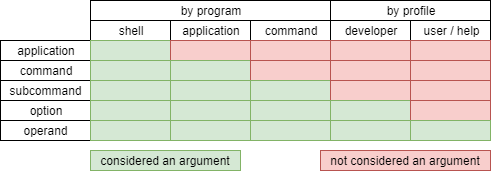
This is docs/diagrams/ArgumentPerspectives.png from bilal-fazlani/commanddotnet, a draw.io export, as it was before one commit. Source tidied: cells renumbered, new cells last; positions are measured from the earlier drawing's top-left corner, leaving out a move shared by most shapes. Its diagram source:
```xml
<mxGraphModel>
  <root>
    <mxCell id="0" />
    <mxCell id="1" parent="0" />
    <mxCell id="2" value="application" style="rounded=0;whiteSpace=wrap;html=1;" parent="1" vertex="1">
      <mxGeometry y="40" width="90" height="20" as="geometry" />
    </mxCell>
    <mxCell id="3" value="command" style="rounded=0;whiteSpace=wrap;html=1;" parent="1" vertex="1">
      <mxGeometry y="60" width="90" height="20" as="geometry" />
    </mxCell>
    <mxCell id="4" value="subcommand" style="rounded=0;whiteSpace=wrap;html=1;" parent="1" vertex="1">
      <mxGeometry y="80" width="90" height="20" as="geometry" />
    </mxCell>
    <mxCell id="5" value="option" style="rounded=0;whiteSpace=wrap;html=1;" parent="1" vertex="1">
      <mxGeometry y="100" width="90" height="20" as="geometry" />
    </mxCell>
    <mxCell id="6" value="operand" style="rounded=0;whiteSpace=wrap;html=1;" parent="1" vertex="1">
      <mxGeometry y="120" width="90" height="20" as="geometry" />
    </mxCell>
    <mxCell id="7" value="application" style="rounded=0;whiteSpace=wrap;html=1;" parent="1" vertex="1">
      <mxGeometry x="170" y="20" width="80" height="20" as="geometry" />
    </mxCell>
    <mxCell id="8" value="shell" style="rounded=0;whiteSpace=wrap;html=1;" parent="1" vertex="1">
      <mxGeometry x="90" y="20" width="80" height="20" as="geometry" />
    </mxCell>
    <mxCell id="9" value="command" style="rounded=0;whiteSpace=wrap;html=1;" parent="1" vertex="1">
      <mxGeometry x="250" y="20" width="80" height="20" as="geometry" />
    </mxCell>
    <mxCell id="10" value="developer" style="rounded=0;whiteSpace=wrap;html=1;" parent="1" vertex="1">
      <mxGeometry x="330" y="20" width="80" height="20" as="geometry" />
    </mxCell>
    <mxCell id="11" value="user / help" style="rounded=0;whiteSpace=wrap;html=1;" parent="1" vertex="1">
      <mxGeometry x="410" y="20" width="80" height="20" as="geometry" />
    </mxCell>
    <mxCell id="12" style="rounded=0;whiteSpace=wrap;html=1;fillColor=#d5e8d4;strokeColor=#82b366;" parent="1" vertex="1">
      <mxGeometry x="90" y="40" width="80" height="20" as="geometry" />
    </mxCell>
    <mxCell id="13" style="rounded=0;whiteSpace=wrap;html=1;fillColor=#d5e8d4;strokeColor=#82b366;" parent="1" vertex="1">
      <mxGeometry x="90" y="60" width="80" height="20" as="geometry" />
    </mxCell>
    <mxCell id="14" style="rounded=0;whiteSpace=wrap;html=1;fillColor=#d5e8d4;strokeColor=#82b366;" parent="1" vertex="1">
      <mxGeometry x="90" y="80" width="80" height="20" as="geometry" />
    </mxCell>
    <mxCell id="15" style="rounded=0;whiteSpace=wrap;html=1;fillColor=#d5e8d4;strokeColor=#82b366;" parent="1" vertex="1">
      <mxGeometry x="90" y="100" width="80" height="20" as="geometry" />
    </mxCell>
    <mxCell id="16" style="rounded=0;whiteSpace=wrap;html=1;fillColor=#d5e8d4;strokeColor=#82b366;" parent="1" vertex="1">
      <mxGeometry x="90" y="120" width="80" height="20" as="geometry" />
    </mxCell>
    <mxCell id="17" style="rounded=0;whiteSpace=wrap;html=1;fillColor=#f8cecc;strokeColor=#b85450;" parent="1" vertex="1">
      <mxGeometry x="170" y="40" width="80" height="20" as="geometry" />
    </mxCell>
    <mxCell id="18" style="rounded=0;whiteSpace=wrap;html=1;fillColor=#d5e8d4;strokeColor=#82b366;" parent="1" vertex="1">
      <mxGeometry x="170" y="60" width="80" height="20" as="geometry" />
    </mxCell>
    <mxCell id="19" style="rounded=0;whiteSpace=wrap;html=1;fillColor=#d5e8d4;strokeColor=#82b366;" parent="1" vertex="1">
      <mxGeometry x="170" y="80" width="80" height="20" as="geometry" />
    </mxCell>
    <mxCell id="20" style="rounded=0;whiteSpace=wrap;html=1;fillColor=#d5e8d4;strokeColor=#82b366;" parent="1" vertex="1">
      <mxGeometry x="170" y="100" width="80" height="20" as="geometry" />
    </mxCell>
    <mxCell id="21" style="rounded=0;whiteSpace=wrap;html=1;fillColor=#d5e8d4;strokeColor=#82b366;" parent="1" vertex="1">
      <mxGeometry x="170" y="120" width="80" height="20" as="geometry" />
    </mxCell>
    <mxCell id="22" style="rounded=0;whiteSpace=wrap;html=1;fillColor=#f8cecc;strokeColor=#b85450;" parent="1" vertex="1">
      <mxGeometry x="250" y="40" width="80" height="20" as="geometry" />
    </mxCell>
    <mxCell id="23" style="rounded=0;whiteSpace=wrap;html=1;fillColor=#f8cecc;strokeColor=#b85450;" parent="1" vertex="1">
      <mxGeometry x="250" y="60" width="80" height="20" as="geometry" />
    </mxCell>
    <mxCell id="24" style="rounded=0;whiteSpace=wrap;html=1;fillColor=#d5e8d4;strokeColor=#82b366;" parent="1" vertex="1">
      <mxGeometry x="250" y="80" width="80" height="20" as="geometry" />
    </mxCell>
    <mxCell id="25" style="rounded=0;whiteSpace=wrap;html=1;fillColor=#d5e8d4;strokeColor=#82b366;" parent="1" vertex="1">
      <mxGeometry x="250" y="100" width="80" height="20" as="geometry" />
    </mxCell>
    <mxCell id="26" style="rounded=0;whiteSpace=wrap;html=1;fillColor=#d5e8d4;strokeColor=#82b366;" parent="1" vertex="1">
      <mxGeometry x="250" y="120" width="80" height="20" as="geometry" />
    </mxCell>
    <mxCell id="27" style="rounded=0;whiteSpace=wrap;html=1;fillColor=#f8cecc;strokeColor=#b85450;" parent="1" vertex="1">
      <mxGeometry x="330" y="40" width="80" height="20" as="geometry" />
    </mxCell>
    <mxCell id="28" style="rounded=0;whiteSpace=wrap;html=1;fillColor=#f8cecc;strokeColor=#b85450;" parent="1" vertex="1">
      <mxGeometry x="330" y="60" width="80" height="20" as="geometry" />
    </mxCell>
    <mxCell id="29" style="rounded=0;whiteSpace=wrap;html=1;fillColor=#f8cecc;strokeColor=#b85450;" parent="1" vertex="1">
      <mxGeometry x="330" y="80" width="80" height="20" as="geometry" />
    </mxCell>
    <mxCell id="30" style="rounded=0;whiteSpace=wrap;html=1;fillColor=#d5e8d4;strokeColor=#82b366;" parent="1" vertex="1">
      <mxGeometry x="330" y="100" width="80" height="20" as="geometry" />
    </mxCell>
    <mxCell id="31" style="rounded=0;whiteSpace=wrap;html=1;fillColor=#d5e8d4;strokeColor=#82b366;" parent="1" vertex="1">
      <mxGeometry x="330" y="120" width="80" height="20" as="geometry" />
    </mxCell>
    <mxCell id="32" style="rounded=0;whiteSpace=wrap;html=1;fillColor=#f8cecc;strokeColor=#b85450;" parent="1" vertex="1">
      <mxGeometry x="410" y="40" width="80" height="20" as="geometry" />
    </mxCell>
    <mxCell id="33" style="rounded=0;whiteSpace=wrap;html=1;fillColor=#f8cecc;strokeColor=#b85450;" parent="1" vertex="1">
      <mxGeometry x="410" y="60" width="80" height="20" as="geometry" />
    </mxCell>
    <mxCell id="34" style="rounded=0;whiteSpace=wrap;html=1;fillColor=#f8cecc;strokeColor=#b85450;" parent="1" vertex="1">
      <mxGeometry x="410" y="80" width="80" height="20" as="geometry" />
    </mxCell>
    <mxCell id="35" style="rounded=0;whiteSpace=wrap;html=1;fillColor=#f8cecc;strokeColor=#b85450;" parent="1" vertex="1">
      <mxGeometry x="410" y="100" width="80" height="20" as="geometry" />
    </mxCell>
    <mxCell id="36" style="rounded=0;whiteSpace=wrap;html=1;fillColor=#d5e8d4;strokeColor=#82b366;" parent="1" vertex="1">
      <mxGeometry x="410" y="120" width="80" height="20" as="geometry" />
    </mxCell>
    <mxCell id="37" value="by program" style="rounded=0;whiteSpace=wrap;html=1;" parent="1" vertex="1">
      <mxGeometry x="90" width="240" height="20" as="geometry" />
    </mxCell>
    <mxCell id="38" value="by profile" style="rounded=0;whiteSpace=wrap;html=1;" parent="1" vertex="1">
      <mxGeometry x="330" width="160" height="20" as="geometry" />
    </mxCell>
    <mxCell id="39" value="not considered an argument" style="rounded=0;whiteSpace=wrap;html=1;fillColor=#f8cecc;strokeColor=#b85450;" parent="1" vertex="1">
      <mxGeometry x="320" y="150" width="170" height="20" as="geometry" />
    </mxCell>
    <mxCell id="40" value="considered an argument" style="rounded=0;whiteSpace=wrap;html=1;fillColor=#d5e8d4;strokeColor=#82b366;" parent="1" vertex="1">
      <mxGeometry x="90" y="150" width="150" height="20" as="geometry" />
    </mxCell>
  </root>
</mxGraphModel>
```
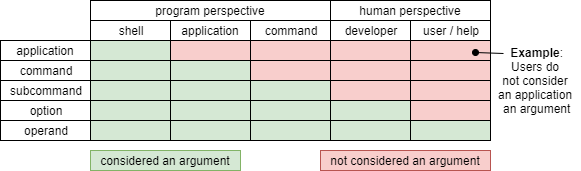
After the change.

Commit message:
update ArgumentPerspectives.drawio so it's easier to read

What changed in the source:
```diff
@@ -2,115 +2,85 @@
   <root>
     <mxCell id="0" />
     <mxCell id="1" parent="0" />
-    <mxCell id="2" value="application" style="rounded=0;whiteSpace=wrap;html=1;" parent="1" vertex="1">
-      <mxGeometry y="40" width="90" height="20" as="geometry" />
-    </mxCell>
-    <mxCell id="3" value="command" style="rounded=0;whiteSpace=wrap;html=1;" parent="1" vertex="1">
-      <mxGeometry y="60" width="90" height="20" as="geometry" />
-    </mxCell>
-    <mxCell id="4" value="subcommand" style="rounded=0;whiteSpace=wrap;html=1;" parent="1" vertex="1">
-      <mxGeometry y="80" width="90" height="20" as="geometry" />
-    </mxCell>
-    <mxCell id="5" value="option" style="rounded=0;whiteSpace=wrap;html=1;" parent="1" vertex="1">
-      <mxGeometry y="100" width="90" height="20" as="geometry" />
-    </mxCell>
-    <mxCell id="6" value="operand" style="rounded=0;whiteSpace=wrap;html=1;" parent="1" vertex="1">
-      <mxGeometry y="120" width="90" height="20" as="geometry" />
-    </mxCell>
-    <mxCell id="7" value="application" style="rounded=0;whiteSpace=wrap;html=1;" parent="1" vertex="1">
-      <mxGeometry x="170" y="20" width="80" height="20" as="geometry" />
-    </mxCell>
-    <mxCell id="8" value="shell" style="rounded=0;whiteSpace=wrap;html=1;" parent="1" vertex="1">
-      <mxGeometry x="90" y="20" width="80" height="20" as="geometry" />
-    </mxCell>
-    <mxCell id="9" value="command" style="rounded=0;whiteSpace=wrap;html=1;" parent="1" vertex="1">
-      <mxGeometry x="250" y="20" width="80" height="20" as="geometry" />
-    </mxCell>
-    <mxCell id="10" value="developer" style="rounded=0;whiteSpace=wrap;html=1;" parent="1" vertex="1">
-      <mxGeometry x="330" y="20" width="80" height="20" as="geometry" />
-    </mxCell>
-    <mxCell id="11" value="user / help" style="rounded=0;whiteSpace=wrap;html=1;" parent="1" vertex="1">
-      <mxGeometry x="410" y="20" width="80" height="20" as="geometry" />
-    </mxCell>
-    <mxCell id="12" style="rounded=0;whiteSpace=wrap;html=1;fillColor=#d5e8d4;strokeColor=#82b366;" parent="1" vertex="1">
+    <mxCell id="12" style="rounded=0;whiteSpace=wrap;html=1;fillColor=#d5e8d4;strokeColor=#000000;" parent="1" vertex="1">
       <mxGeometry x="90" y="40" width="80" height="20" as="geometry" />
     </mxCell>
-    <mxCell id="13" style="rounded=0;whiteSpace=wrap;html=1;fillColor=#d5e8d4;strokeColor=#82b366;" parent="1" vertex="1">
+    <mxCell id="13" style="rounded=0;whiteSpace=wrap;html=1;fillColor=#d5e8d4;strokeColor=#000000;" parent="1" vertex="1">
       <mxGeometry x="90" y="60" width="80" height="20" as="geometry" />
     </mxCell>
-    <mxCell id="14" style="rounded=0;whiteSpace=wrap;html=1;fillColor=#d5e8d4;strokeColor=#82b366;" parent="1" vertex="1">
+    <mxCell id="14" style="rounded=0;whiteSpace=wrap;html=1;fillColor=#d5e8d4;strokeColor=#000000;" parent="1" vertex="1">
       <mxGeometry x="90" y="80" width="80" height="20" as="geometry" />
     </mxCell>
-    <mxCell id="15" style="rounded=0;whiteSpace=wrap;html=1;fillColor=#d5e8d4;strokeColor=#82b366;" parent="1" vertex="1">
+    <mxCell id="15" style="rounded=0;whiteSpace=wrap;html=1;fillColor=#d5e8d4;strokeColor=#000000;" parent="1" vertex="1">
       <mxGeometry x="90" y="100" width="80" height="20" as="geometry" />
     </mxCell>
-    <mxCell id="16" style="rounded=0;whiteSpace=wrap;html=1;fillColor=#d5e8d4;strokeColor=#82b366;" parent="1" vertex="1">
+    <mxCell id="16" style="rounded=0;whiteSpace=wrap;html=1;fillColor=#d5e8d4;strokeColor=#000000;" parent="1" vertex="1">
       <mxGeometry x="90" y="120" width="80" height="20" as="geometry" />
     </mxCell>
-    <mxCell id="17" style="rounded=0;whiteSpace=wrap;html=1;fillColor=#f8cecc;strokeColor=#b85450;" parent="1" vertex="1">
+    <mxCell id="17" style="rounded=0;whiteSpace=wrap;html=1;fillColor=#f8cecc;strokeColor=#000000;" parent="1" vertex="1">
       <mxGeometry x="170" y="40" width="80" height="20" as="geometry" />
     </mxCell>
-    <mxCell id="18" style="rounded=0;whiteSpace=wrap;html=1;fillColor=#d5e8d4;strokeColor=#82b366;" parent="1" vertex="1">
+    <mxCell id="18" style="rounded=0;whiteSpace=wrap;html=1;fillColor=#d5e8d4;strokeColor=#000000;" parent="1" vertex="1">
       <mxGeometry x="170" y="60" width="80" height="20" as="geometry" />
     </mxCell>
-    <mxCell id="19" style="rounded=0;whiteSpace=wrap;html=1;fillColor=#d5e8d4;strokeColor=#82b366;" parent="1" vertex="1">
+    <mxCell id="19" style="rounded=0;whiteSpace=wrap;html=1;fillColor=#d5e8d4;strokeColor=#000000;" parent="1" vertex="1">
       <mxGeometry x="170" y="80" width="80" height="20" as="geometry" />
     </mxCell>
-    <mxCell id="20" style="rounded=0;whiteSpace=wrap;html=1;fillColor=#d5e8d4;strokeColor=#82b366;" parent="1" vertex="1">
+    <mxCell id="20" style="rounded=0;whiteSpace=wrap;html=1;fillColor=#d5e8d4;strokeColor=#000000;" parent="1" vertex="1">
       <mxGeometry x="170" y="100" width="80" height="20" as="geometry" />
     </mxCell>
-    <mxCell id="21" style="rounded=0;whiteSpace=wrap;html=1;fillColor=#d5e8d4;strokeColor=#82b366;" parent="1" vertex="1">
+    <mxCell id="21" style="rounded=0;whiteSpace=wrap;html=1;fillColor=#d5e8d4;strokeColor=#000000;" parent="1" vertex="1">
       <mxGeometry x="170" y="120" width="80" height="20" as="geometry" />
     </mxCell>
-    <mxCell id="22" style="rounded=0;whiteSpace=wrap;html=1;fillColor=#f8cecc;strokeColor=#b85450;" parent="1" vertex="1">
+    <mxCell id="22" style="rounded=0;whiteSpace=wrap;html=1;fillColor=#f8cecc;strokeColor=#000000;" parent="1" vertex="1">
       <mxGeometry x="250" y="40" width="80" height="20" as="geometry" />
     </mxCell>
-    <mxCell id="23" style="rounded=0;whiteSpace=wrap;html=1;fillColor=#f8cecc;strokeColor=#b85450;" parent="1" vertex="1">
+    <mxCell id="23" style="rounded=0;whiteSpace=wrap;html=1;fillColor=#f8cecc;strokeColor=#000000;" parent="1" vertex="1">
       <mxGeometry x="250" y="60" width="80" height="20" as="geometry" />
     </mxCell>
-    <mxCell id="24" style="rounded=0;whiteSpace=wrap;html=1;fillColor=#d5e8d4;strokeColor=#82b366;" parent="1" vertex="1">
+    <mxCell id="24" style="rounded=0;whiteSpace=wrap;html=1;fillColor=#d5e8d4;strokeColor=#000000;" parent="1" vertex="1">
       <mxGeometry x="250" y="80" width="80" height="20" as="geometry" />
     </mxCell>
-    <mxCell id="25" style="rounded=0;whiteSpace=wrap;html=1;fillColor=#d5e8d4;strokeColor=#82b366;" parent="1" vertex="1">
+    <mxCell id="25" style="rounded=0;whiteSpace=wrap;html=1;fillColor=#d5e8d4;strokeColor=#000000;" parent="1" vertex="1">
       <mxGeometry x="250" y="100" width="80" height="20" as="geometry" />
     </mxCell>
-    <mxCell id="26" style="rounded=0;whiteSpace=wrap;html=1;fillColor=#d5e8d4;strokeColor=#82b366;" parent="1" vertex="1">
+    <mxCell id="26" style="rounded=0;whiteSpace=wrap;html=1;fillColor=#d5e8d4;strokeColor=#000000;" parent="1" vertex="1">
       <mxGeometry x="250" y="120" width="80" height="20" as="geometry" />
     </mxCell>
-    <mxCell id="27" style="rounded=0;whiteSpace=wrap;html=1;fillColor=#f8cecc;strokeColor=#b85450;" parent="1" vertex="1">
+    <mxCell id="27" style="rounded=0;whiteSpace=wrap;html=1;fillColor=#f8cecc;strokeColor=#000000;" parent="1" vertex="1">
       <mxGeometry x="330" y="40" width="80" height="20" as="geometry" />
     </mxCell>
-    <mxCell id="28" style="rounded=0;whiteSpace=wrap;html=1;fillColor=#f8cecc;strokeColor=#b85450;" parent="1" vertex="1">
+    <mxCell id="28" style="rounded=0;whiteSpace=wrap;html=1;fillColor=#f8cecc;strokeColor=#000000;" parent="1" vertex="1">
       <mxGeometry x="330" y="60" width="80" height="20" as="geometry" />
     </mxCell>
-    <mxCell id="29" style="rounded=0;whiteSpace=wrap;html=1;fillColor=#f8cecc;strokeColor=#b85450;" parent="1" vertex="1">
+    <mxCell id="29" style="rounded=0;whiteSpace=wrap;html=1;fillColor=#f8cecc;strokeColor=#000000;" parent="1" vertex="1">
       <mxGeometry x="330" y="80" width="80" height="20" as="geometry" />
     </mxCell>
-    <mxCell id="30" style="rounded=0;whiteSpace=wrap;html=1;fillColor=#d5e8d4;strokeColor=#82b366;" parent="1" vertex="1">
+    <mxCell id="30" style="rounded=0;whiteSpace=wrap;html=1;fillColor=#d5e8d4;strokeColor=#000000;" parent="1" vertex="1">
       <mxGeometry x="330" y="100" width="80" height="20" as="geometry" />
     </mxCell>
-    <mxCell id="31" style="rounded=0;whiteSpace=wrap;html=1;fillColor=#d5e8d4;strokeColor=#82b366;" parent="1" vertex="1">
+    <mxCell id="31" style="rounded=0;whiteSpace=wrap;html=1;fillColor=#d5e8d4;strokeColor=#000000;" parent="1" vertex="1">
       <mxGeometry x="330" y="120" width="80" height="20" as="geometry" />
     </mxCell>
-    <mxCell id="32" style="rounded=0;whiteSpace=wrap;html=1;fillColor=#f8cecc;strokeColor=#b85450;" parent="1" vertex="1">
+    <mxCell id="32" style="rounded=0;whiteSpace=wrap;html=1;fillColor=#f8cecc;strokeColor=#000000;" parent="1" vertex="1">
       <mxGeometry x="410" y="40" width="80" height="20" as="geometry" />
     </mxCell>
-    <mxCell id="33" style="rounded=0;whiteSpace=wrap;html=1;fillColor=#f8cecc;strokeColor=#b85450;" parent="1" vertex="1">
+    <mxCell id="33" style="rounded=0;whiteSpace=wrap;html=1;fillColor=#f8cecc;strokeColor=#000000;" parent="1" vertex="1">
       <mxGeometry x="410" y="60" width="80" height="20" as="geometry" />
     </mxCell>
-    <mxCell id="34" style="rounded=0;whiteSpace=wrap;html=1;fillColor=#f8cecc;strokeColor=#b85450;" parent="1" vertex="1">
+    <mxCell id="34" style="rounded=0;whiteSpace=wrap;html=1;fillColor=#f8cecc;strokeColor=#000000;" parent="1" vertex="1">
       <mxGeometry x="410" y="80" width="80" height="20" as="geometry" />
     </mxCell>
-    <mxCell id="35" style="rounded=0;whiteSpace=wrap;html=1;fillColor=#f8cecc;strokeColor=#b85450;" parent="1" vertex="1">
+    <mxCell id="35" style="rounded=0;whiteSpace=wrap;html=1;fillColor=#f8cecc;strokeColor=#000000;" parent="1" vertex="1">
       <mxGeometry x="410" y="100" width="80" height="20" as="geometry" />
     </mxCell>
-    <mxCell id="36" style="rounded=0;whiteSpace=wrap;html=1;fillColor=#d5e8d4;strokeColor=#82b366;" parent="1" vertex="1">
+    <mxCell id="36" style="rounded=0;whiteSpace=wrap;html=1;fillColor=#d5e8d4;strokeColor=#000000;" parent="1" vertex="1">
       <mxGeometry x="410" y="120" width="80" height="20" as="geometry" />
     </mxCell>
-    <mxCell id="37" value="by program" style="rounded=0;whiteSpace=wrap;html=1;" parent="1" vertex="1">
+    <mxCell id="37" value="program perspective" style="rounded=0;whiteSpace=wrap;html=1;" parent="1" vertex="1">
       <mxGeometry x="90" width="240" height="20" as="geometry" />
     </mxCell>
-    <mxCell id="38" value="by profile" style="rounded=0;whiteSpace=wrap;html=1;" parent="1" vertex="1">
+    <mxCell id="38" value="human perspective" style="rounded=0;whiteSpace=wrap;html=1;" parent="1" vertex="1">
       <mxGeometry x="330" width="160" height="20" as="geometry" />
     </mxCell>
     <mxCell id="39" value="not considered an argument" style="rounded=0;whiteSpace=wrap;html=1;fillColor=#f8cecc;strokeColor=#b85450;" parent="1" vertex="1">
@@ -119,5 +89,44 @@
     <mxCell id="40" value="considered an argument" style="rounded=0;whiteSpace=wrap;html=1;fillColor=#d5e8d4;strokeColor=#82b366;" parent="1" vertex="1">
       <mxGeometry x="90" y="150" width="150" height="20" as="geometry" />
     </mxCell>
+    <mxCell id="7" value="application" style="rounded=0;whiteSpace=wrap;html=1;" parent="1" vertex="1">
+      <mxGeometry x="170" y="20" width="80" height="20" as="geometry" />
+    </mxCell>
+    <mxCell id="8" value="shell" style="rounded=0;whiteSpace=wrap;html=1;strokeColor=#000000;" parent="1" vertex="1">
+      <mxGeometry x="90" y="20" width="80" height="20" as="geometry" />
+    </mxCell>
+    <mxCell id="9" value="command" style="rounded=0;whiteSpace=wrap;html=1;" parent="1" vertex="1">
+      <mxGeometry x="250" y="20" width="80" height="20" as="geometry" />
+    </mxCell>
+    <mxCell id="10" value="developer" style="rounded=0;whiteSpace=wrap;html=1;" parent="1" vertex="1">
+      <mxGeometry x="330" y="20" width="80" height="20" as="geometry" />
+    </mxCell>
+    <mxCell id="11" value="user / help" style="rounded=0;whiteSpace=wrap;html=1;" parent="1" vertex="1">
+      <mxGeometry x="410" y="20" width="80" height="20" as="geometry" />
+    </mxCell>
+    <mxCell id="2" value="application" style="rounded=0;whiteSpace=wrap;html=1;" parent="1" vertex="1">
+      <mxGeometry y="40" width="90" height="20" as="geometry" />
+    </mxCell>
+    <mxCell id="3" value="command" style="rounded=0;whiteSpace=wrap;html=1;" parent="1" vertex="1">
+      <mxGeometry y="60" width="90" height="20" as="geometry" />
+    </mxCell>
+    <mxCell id="4" value="subcommand" style="rounded=0;whiteSpace=wrap;html=1;" parent="1" vertex="1">
+      <mxGeometry y="80" width="90" height="20" as="geometry" />
+    </mxCell>
+    <mxCell id="5" value="option" style="rounded=0;whiteSpace=wrap;html=1;" parent="1" vertex="1">
+      <mxGeometry y="100" width="90" height="20" as="geometry" />
+    </mxCell>
+    <mxCell id="6" value="operand" style="rounded=0;whiteSpace=wrap;html=1;" parent="1" vertex="1">
+      <mxGeometry y="120" width="90" height="20" as="geometry" />
+    </mxCell>
+    <mxCell id="41" value="&lt;b&gt;Example&lt;/b&gt;:&lt;br&gt;Users do &lt;br&gt;not consider &lt;br&gt;an application &lt;br&gt;an argument" style="text;html=1;align=center;verticalAlign=middle;" parent="1" vertex="1">
+      <mxGeometry x="490" y="40" width="90" height="80" as="geometry" />
+    </mxCell>
+    <mxCell id="42" style="endArrow=oval;html=1;endFill=1;" parent="1" edge="1">
+      <mxGeometry relative="1" as="geometry">
+        <mxPoint x="503" y="53" as="sourcePoint" />
+        <mxPoint x="475" y="52" as="targetPoint" />
+      </mxGeometry>
+    </mxCell>
   </root>
 </mxGraphModel>
```
